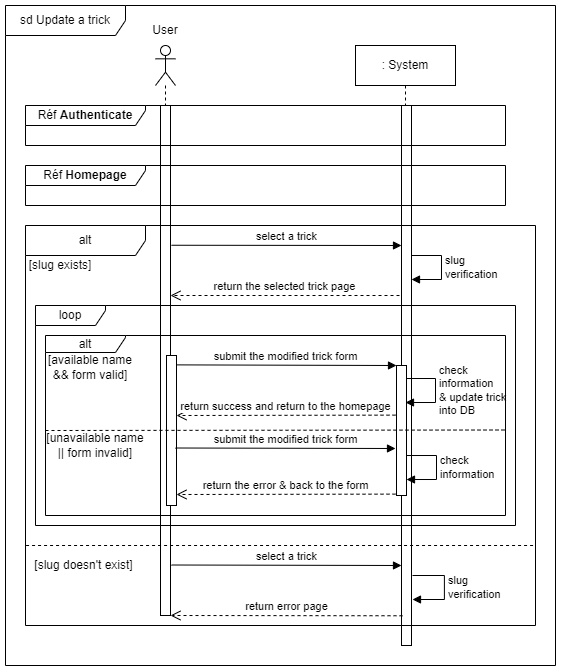
Above: diagrammes/Seq - Update a trick.drawio.png in David-Renard/OC-p6 (draw.io), before the change. Source tidied: cells renumbered, new cells last; positions are measured from the earlier drawing's top-left corner, leaving out a move shared by most shapes.
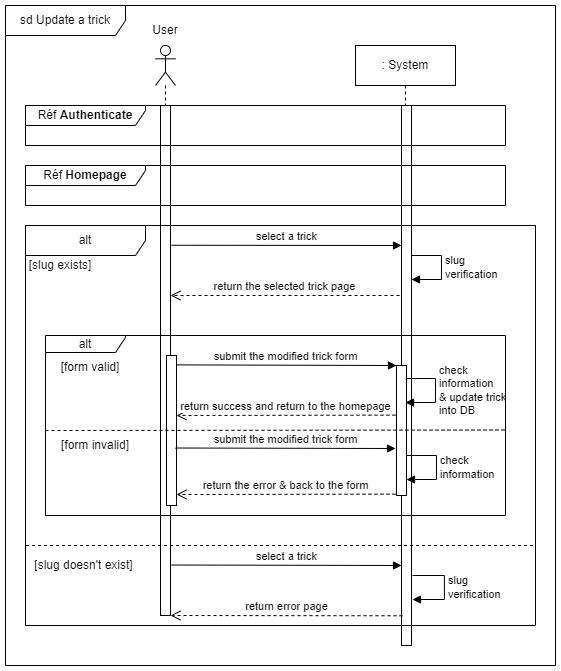
Later version of the same file.

What changed in the source:
```diff
@@ -122,10 +122,7 @@
     <mxCell id="26" value="alt" style="shape=umlFrame;whiteSpace=wrap;html=1;width=80;height=17;" parent="1" vertex="1">
       <mxGeometry x="40" y="330" width="460" height="180" as="geometry" />
     </mxCell>
-    <mxCell id="27" value="loop" style="shape=umlFrame;whiteSpace=wrap;html=1;width=70;height=20;" parent="1" vertex="1">
-      <mxGeometry x="30" y="300" width="480" height="220" as="geometry" />
-    </mxCell>
-    <mxCell id="28" value="[available name &amp;amp;&amp;amp; form valid]" style="text;html=1;strokeColor=none;fillColor=none;align=center;verticalAlign=middle;whiteSpace=wrap;rounded=0;" parent="1" vertex="1">
+    <mxCell id="28" value="[form valid]" style="text;html=1;strokeColor=none;fillColor=none;align=center;verticalAlign=middle;whiteSpace=wrap;rounded=0;" parent="1" vertex="1">
       <mxGeometry x="40" y="352" width="90" height="20" as="geometry" />
     </mxCell>
     <mxCell id="29" style="endArrow=none;dashed=1;html=1;rounded=0;" parent="1" edge="1">
@@ -134,7 +131,7 @@
         <mxPoint x="500" y="424.5" as="targetPoint" />
       </mxGeometry>
     </mxCell>
-    <mxCell id="30" value="[unavailable name || form invalid]" style="text;html=1;strokeColor=none;fillColor=none;align=center;verticalAlign=middle;whiteSpace=wrap;rounded=0;" parent="1" vertex="1">
+    <mxCell id="30" value="[form invalid]" style="text;html=1;strokeColor=none;fillColor=none;align=center;verticalAlign=middle;whiteSpace=wrap;rounded=0;" parent="1" vertex="1">
       <mxGeometry x="40" y="430" width="100" height="20" as="geometry" />
     </mxCell>
     <mxCell id="31" value="check&lt;br&gt;information" style="html=1;align=left;spacingLeft=2;endArrow=block;rounded=0;edgeStyle=orthogonalEdgeStyle;curved=0;rounded=0;" parent="1" edge="1">
```
